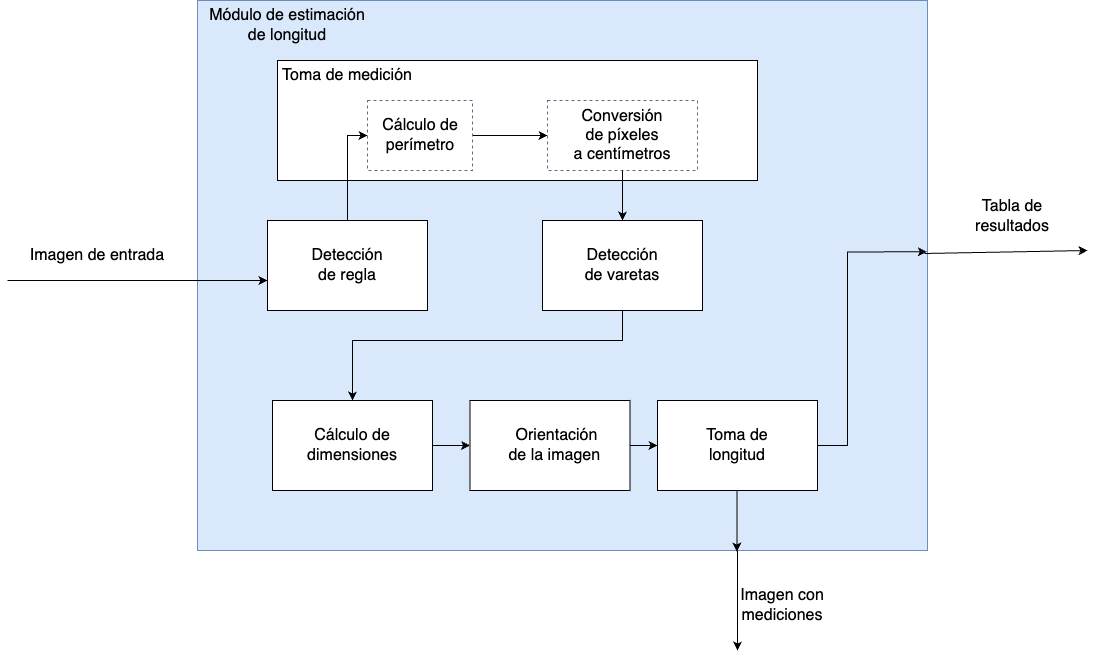
Hector242/Plantilla-memoria keeps this draw.io diagram as Figures/medicionVareta.drawio.png. Above is the earlier version. Source tidied: cells renumbered, new cells last; positions are measured from the earlier drawing's top-left corner, leaving out a move shared by most shapes. The source it was exported from:
```xml
<mxGraphModel>
  <root>
    <mxCell id="0" />
    <mxCell id="1" parent="0" />
    <mxCell id="2" style="rounded=0;whiteSpace=wrap;html=1;fillColor=#dae8fc;strokeColor=#6c8ebf;" parent="1" vertex="1">
      <mxGeometry x="190" width="730" height="550" as="geometry" />
    </mxCell>
    <mxCell id="3" style="rounded=0;whiteSpace=wrap;html=1;" parent="1" vertex="1">
      <mxGeometry x="270" y="60" width="480" height="120" as="geometry" />
    </mxCell>
    <mxCell id="4" style="fillColor=none;strokeColor=#5A6C86;dashed=1;verticalAlign=top;fontStyle=0;fontColor=#5A6C86;whiteSpace=wrap;html=1;" parent="1" vertex="1">
      <mxGeometry x="540" y="100" width="150" height="70" as="geometry" />
    </mxCell>
    <mxCell id="5" style="edgeStyle=orthogonalEdgeStyle;rounded=0;jettySize=auto;html=1;entryX=0;entryY=0.5;entryDx=0;entryDy=0;" parent="1" edge="1" source="6" target="18">
      <mxGeometry relative="1" as="geometry" />
    </mxCell>
    <mxCell id="6" style="fillColor=none;strokeColor=#5A6C86;dashed=1;verticalAlign=top;fontStyle=0;fontColor=#5A6C86;whiteSpace=wrap;html=1;" parent="1" vertex="1">
      <mxGeometry x="360" y="100" width="105" height="70" as="geometry" />
    </mxCell>
    <mxCell id="7" value="&lt;font style=&quot;font-size: 16px;&quot;&gt;Imagen de entrada&lt;/font&gt;" style="text;html=1;align=center;verticalAlign=middle;whiteSpace=wrap;rounded=0;" parent="1" vertex="1">
      <mxGeometry x="20" y="240" width="140" height="30" as="geometry" />
    </mxCell>
    <mxCell id="8" value="&lt;font style=&quot;font-size: 16px;&quot;&gt;Módulo de estimación de longitud&lt;/font&gt;" style="text;html=1;align=center;verticalAlign=middle;whiteSpace=wrap;rounded=0;" parent="1" vertex="1">
      <mxGeometry x="200" y="10" width="160" height="30" as="geometry" />
    </mxCell>
    <mxCell id="9" style="edgeStyle=orthogonalEdgeStyle;rounded=0;jettySize=auto;html=1;entryX=0;entryY=0.5;entryDx=0;entryDy=0;" parent="1" edge="1" source="10" target="6">
      <mxGeometry relative="1" as="geometry" />
    </mxCell>
    <mxCell id="10" style="rounded=0;whiteSpace=wrap;html=1;" parent="1" vertex="1">
      <mxGeometry x="260" y="220" width="160" height="90" as="geometry" />
    </mxCell>
    <mxCell id="11" value="&lt;font style=&quot;font-size: 16px;&quot;&gt;Detección de regla&lt;/font&gt;" style="text;html=1;align=center;verticalAlign=middle;whiteSpace=wrap;rounded=0;" parent="1" vertex="1">
      <mxGeometry x="295" y="250" width="90" height="30" as="geometry" />
    </mxCell>
    <mxCell id="12" value="&lt;font style=&quot;font-size: 16px;&quot;&gt;Cálculo de perímetro&lt;/font&gt;" style="text;html=1;align=center;verticalAlign=middle;whiteSpace=wrap;rounded=0;" parent="1" vertex="1">
      <mxGeometry x="362.5" y="120" width="100" height="30" as="geometry" />
    </mxCell>
    <mxCell id="13" value="&lt;font style=&quot;font-size: 16px;&quot;&gt;Toma de medición&lt;/font&gt;" style="text;html=1;align=center;verticalAlign=middle;whiteSpace=wrap;rounded=0;" parent="1" vertex="1">
      <mxGeometry x="270" y="60" width="140" height="30" as="geometry" />
    </mxCell>
    <mxCell id="14" style="edgeStyle=orthogonalEdgeStyle;rounded=0;jettySize=auto;html=1;exitX=0.5;exitY=1;exitDx=0;exitDy=0;" parent="1" edge="1" source="4" target="16">
      <mxGeometry relative="1" as="geometry" />
    </mxCell>
    <mxCell id="15" style="edgeStyle=orthogonalEdgeStyle;rounded=0;jettySize=auto;html=1;entryX=0.5;entryY=0;entryDx=0;entryDy=0;" parent="1" edge="1" source="16" target="20">
      <mxGeometry relative="1" as="geometry">
        <Array as="points">
          <mxPoint x="615" y="340" />
          <mxPoint x="345" y="340" />
        </Array>
      </mxGeometry>
    </mxCell>
    <mxCell id="16" style="rounded=0;whiteSpace=wrap;html=1;" parent="1" vertex="1">
      <mxGeometry x="535" y="220" width="160" height="90" as="geometry" />
    </mxCell>
    <mxCell id="17" value="&lt;font style=&quot;font-size: 16px;&quot;&gt;Detección de varetas&lt;/font&gt;" style="text;html=1;align=center;verticalAlign=middle;whiteSpace=wrap;rounded=0;" parent="1" vertex="1">
      <mxGeometry x="570" y="250" width="90" height="30" as="geometry" />
    </mxCell>
    <mxCell id="18" value="&lt;font style=&quot;font-size: 16px;&quot;&gt;Conversión de&amp;nbsp;píxeles a&amp;nbsp;centímetros&lt;/font&gt;" style="text;html=1;align=center;verticalAlign=middle;whiteSpace=wrap;rounded=0;" parent="1" vertex="1">
      <mxGeometry x="540" y="120" width="150" height="30" as="geometry" />
    </mxCell>
    <mxCell id="19" style="edgeStyle=orthogonalEdgeStyle;rounded=0;jettySize=auto;html=1;entryX=0;entryY=0.5;entryDx=0;entryDy=0;" parent="1" edge="1" source="20" target="23">
      <mxGeometry relative="1" as="geometry" />
    </mxCell>
    <mxCell id="20" style="rounded=0;whiteSpace=wrap;html=1;" parent="1" vertex="1">
      <mxGeometry x="265" y="400" width="160" height="90" as="geometry" />
    </mxCell>
    <mxCell id="21" value="&lt;font style=&quot;font-size: 16px;&quot;&gt;Cálculo de dimensiones&lt;/font&gt;" style="text;html=1;align=center;verticalAlign=middle;whiteSpace=wrap;rounded=0;" parent="1" vertex="1">
      <mxGeometry x="300" y="430" width="90" height="30" as="geometry" />
    </mxCell>
    <mxCell id="22" style="edgeStyle=orthogonalEdgeStyle;rounded=0;jettySize=auto;html=1;entryX=0;entryY=0.5;entryDx=0;entryDy=0;" parent="1" edge="1" source="23" target="25">
      <mxGeometry relative="1" as="geometry" />
    </mxCell>
    <mxCell id="23" style="rounded=0;whiteSpace=wrap;html=1;" parent="1" vertex="1">
      <mxGeometry x="462.5" y="400" width="160" height="90" as="geometry" />
    </mxCell>
    <mxCell id="24" value="&lt;font style=&quot;font-size: 16px;&quot;&gt;Orientación de la imagen&amp;nbsp;&lt;/font&gt;" style="text;html=1;align=center;verticalAlign=middle;whiteSpace=wrap;rounded=0;" parent="1" vertex="1">
      <mxGeometry x="497.5" y="430" width="102.5" height="30" as="geometry" />
    </mxCell>
    <mxCell id="25" style="rounded=0;whiteSpace=wrap;html=1;" parent="1" vertex="1">
      <mxGeometry x="650" y="400" width="160" height="90" as="geometry" />
    </mxCell>
    <mxCell id="26" value="&lt;font style=&quot;font-size: 16px;&quot;&gt;Toma de longitud&lt;/font&gt;" style="text;html=1;align=center;verticalAlign=middle;whiteSpace=wrap;rounded=0;" parent="1" vertex="1">
      <mxGeometry x="685" y="430" width="90" height="30" as="geometry" />
    </mxCell>
    <mxCell id="27" style="edgeStyle=orthogonalEdgeStyle;rounded=0;jettySize=auto;html=1;entryX=0.999;entryY=0.457;entryDx=0;entryDy=0;entryPerimeter=0;" parent="1" edge="1" source="25" target="2">
      <mxGeometry relative="1" as="geometry">
        <Array as="points">
          <mxPoint x="840" y="445" />
          <mxPoint x="840" y="251" />
        </Array>
      </mxGeometry>
    </mxCell>
    <mxCell id="28" style="endArrow=classic;html=1;rounded=0;entryX=0;entryY=0.667;entryDx=0;entryDy=0;entryPerimeter=0;" parent="1" edge="1" target="10">
      <mxGeometry relative="1" as="geometry">
        <mxPoint y="280" as="sourcePoint" />
      </mxGeometry>
    </mxCell>
    <mxCell id="29" style="endArrow=classic;html=1;rounded=0;exitX=0.996;exitY=0.46;exitDx=0;exitDy=0;exitPerimeter=0;" parent="1" edge="1" source="2">
      <mxGeometry relative="1" as="geometry">
        <mxPoint x="1080" y="250" as="targetPoint" />
      </mxGeometry>
    </mxCell>
    <mxCell id="30" value="&lt;font style=&quot;font-size: 16px;&quot;&gt;Tabla de resultados&lt;/font&gt;" style="text;html=1;align=center;verticalAlign=middle;whiteSpace=wrap;rounded=0;" parent="1" vertex="1">
      <mxGeometry x="960" y="201" width="90" height="30" as="geometry" />
    </mxCell>
    <mxCell id="31" style="edgeStyle=orthogonalEdgeStyle;rounded=0;jettySize=auto;html=1;entryX=0.739;entryY=1.002;entryDx=0;entryDy=0;entryPerimeter=0;" parent="1" edge="1" source="25" target="2">
      <mxGeometry relative="1" as="geometry">
        <Array as="points">
          <mxPoint x="729" y="490" />
          <mxPoint x="729" y="490" />
        </Array>
      </mxGeometry>
    </mxCell>
    <mxCell id="32" style="endArrow=classic;html=1;rounded=0;" parent="1" edge="1">
      <mxGeometry relative="1" as="geometry">
        <mxPoint x="730" y="550" as="sourcePoint" />
        <mxPoint x="730" y="650" as="targetPoint" />
      </mxGeometry>
    </mxCell>
    <mxCell id="33" value="&lt;font style=&quot;font-size: 16px;&quot;&gt;Imagen con mediciones&lt;/font&gt;" style="text;html=1;align=center;verticalAlign=middle;whiteSpace=wrap;rounded=0;" parent="1" vertex="1">
      <mxGeometry x="730" y="590" width="90" height="30" as="geometry" />
    </mxCell>
  </root>
</mxGraphModel>
```
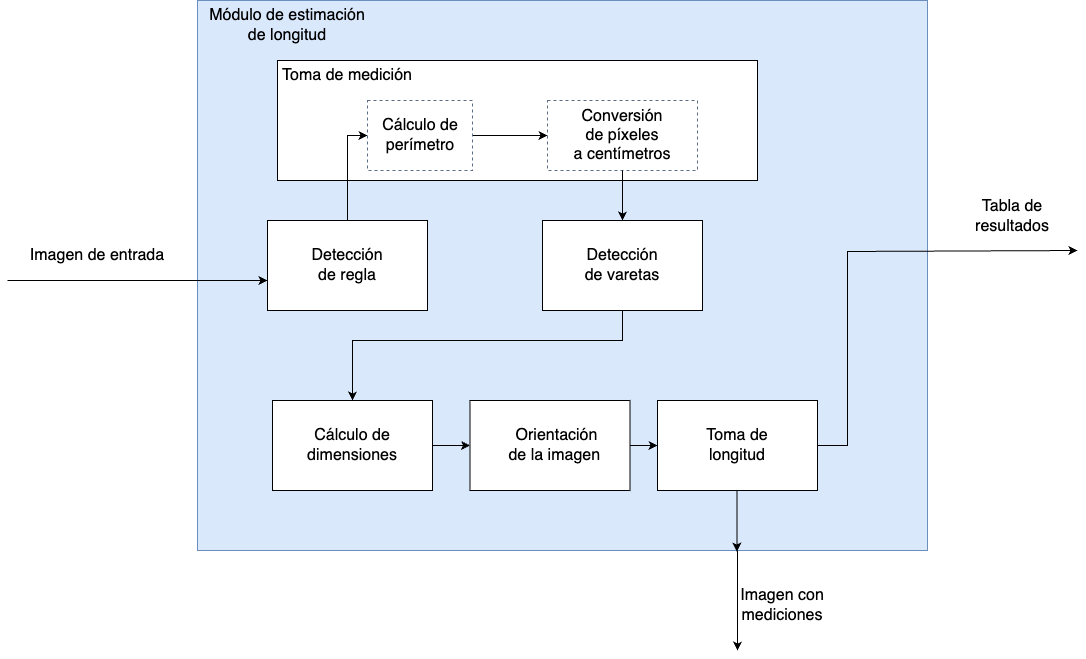
Above is the later version.

What changed in the source:
```diff
@@ -82,8 +82,9 @@
     <mxCell id="26" value="&lt;font style=&quot;font-size: 16px;&quot;&gt;Toma de longitud&lt;/font&gt;" style="text;html=1;align=center;verticalAlign=middle;whiteSpace=wrap;rounded=0;" parent="1" vertex="1">
       <mxGeometry x="685" y="430" width="90" height="30" as="geometry" />
     </mxCell>
-    <mxCell id="27" style="edgeStyle=orthogonalEdgeStyle;rounded=0;jettySize=auto;html=1;entryX=0.999;entryY=0.457;entryDx=0;entryDy=0;entryPerimeter=0;" parent="1" edge="1" source="25" target="2">
+    <mxCell id="27" style="edgeStyle=orthogonalEdgeStyle;rounded=0;jettySize=auto;html=1;" parent="1" edge="1" source="25">
       <mxGeometry relative="1" as="geometry">
+        <mxPoint x="1070" y="250" as="targetPoint" />
         <Array as="points">
           <mxPoint x="840" y="445" />
           <mxPoint x="840" y="251" />
@@ -95,11 +96,6 @@
         <mxPoint y="280" as="sourcePoint" />
       </mxGeometry>
     </mxCell>
-    <mxCell id="29" style="endArrow=classic;html=1;rounded=0;exitX=0.996;exitY=0.46;exitDx=0;exitDy=0;exitPerimeter=0;" parent="1" edge="1" source="2">
-      <mxGeometry relative="1" as="geometry">
-        <mxPoint x="1080" y="250" as="targetPoint" />
-      </mxGeometry>
-    </mxCell>
     <mxCell id="30" value="&lt;font style=&quot;font-size: 16px;&quot;&gt;Tabla de resultados&lt;/font&gt;" style="text;html=1;align=center;verticalAlign=middle;whiteSpace=wrap;rounded=0;" parent="1" vertex="1">
       <mxGeometry x="960" y="201" width="90" height="30" as="geometry" />
     </mxCell>
```
